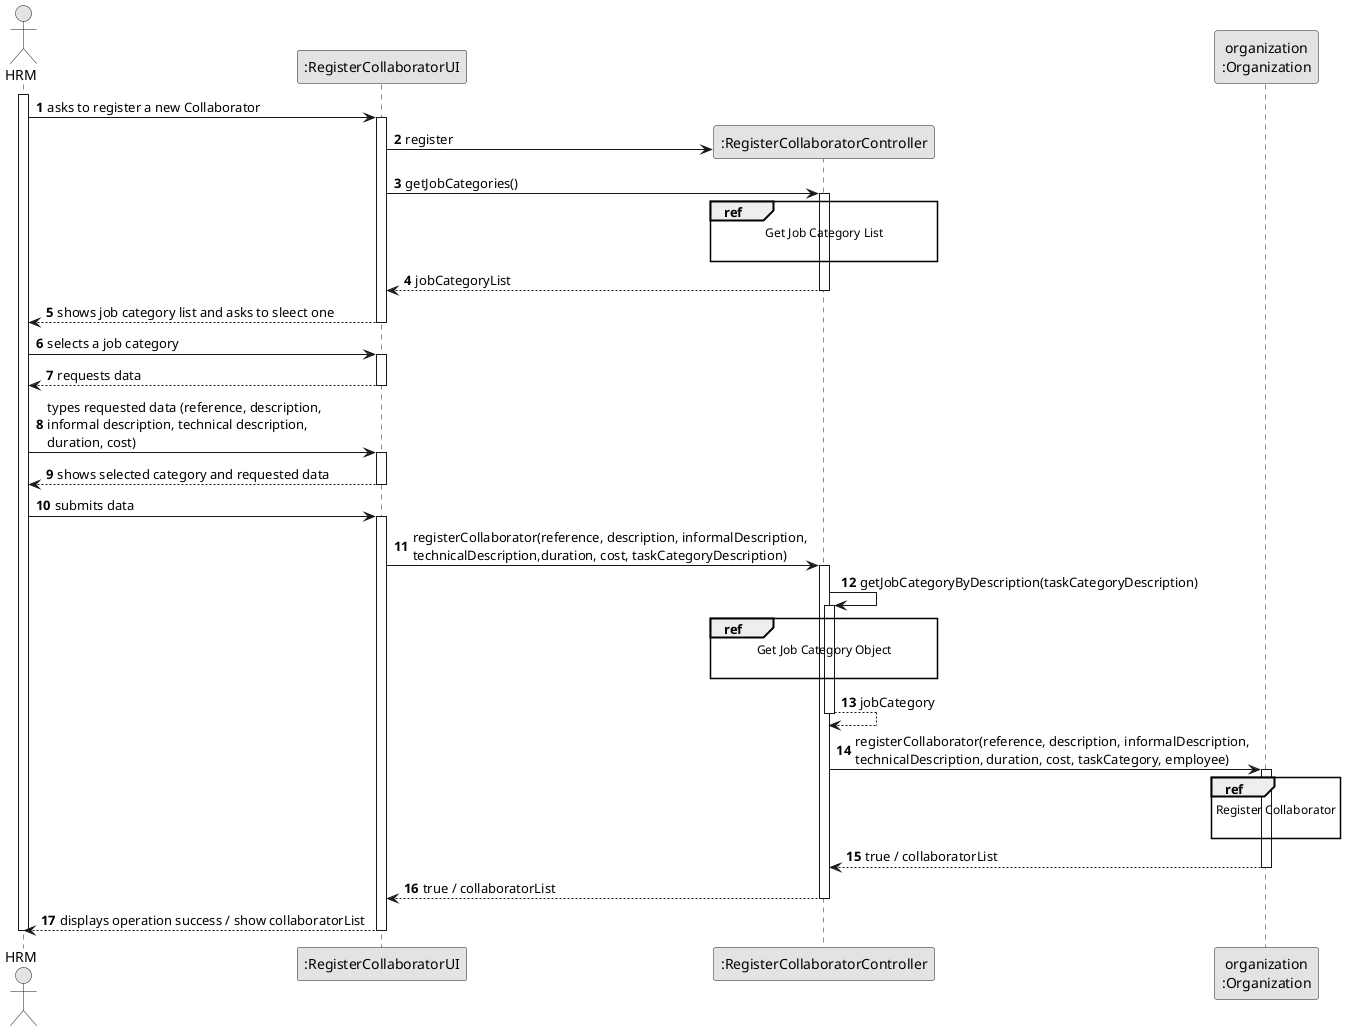
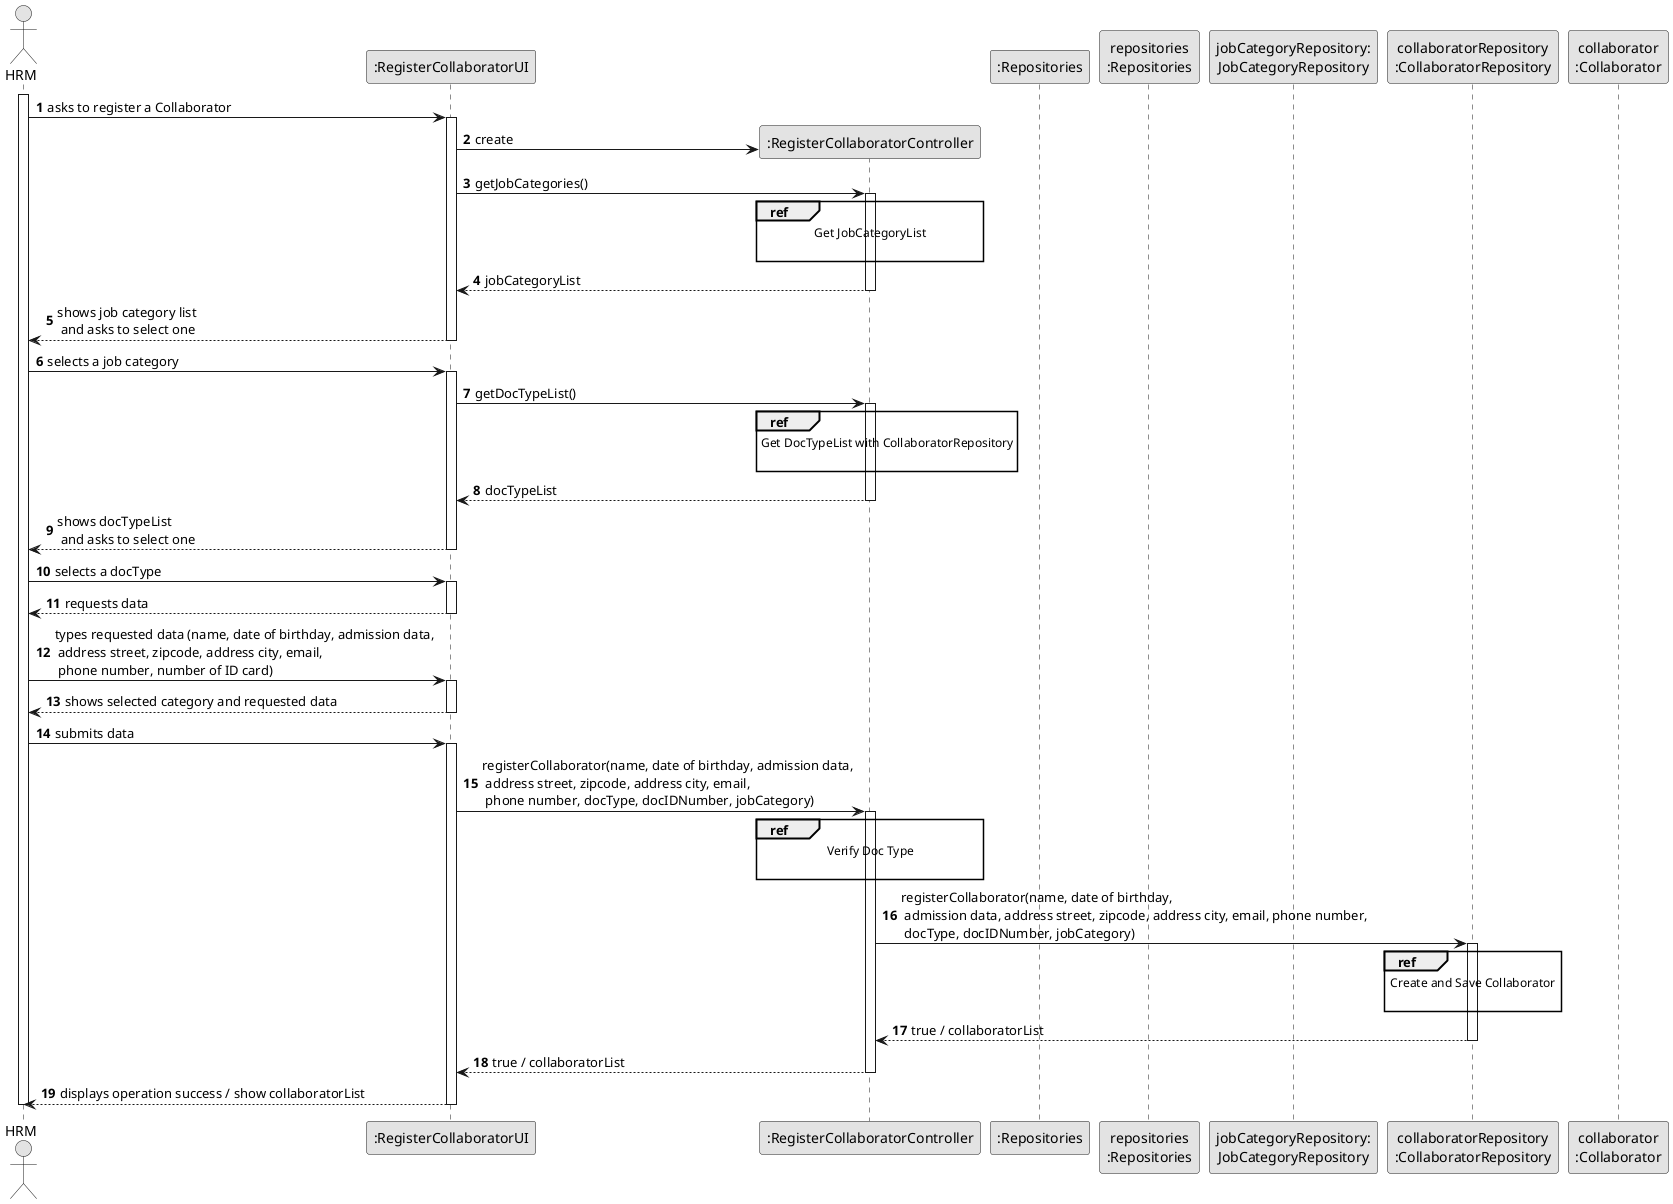
@startuml
skinparam monochrome true
skinparam packageStyle rectangle
skinparam shadowing false

autonumber

- 'hide footbox
- actor "HRM" as ADM
+ actor "HRM" as HRM
participant ":RegisterCollaboratorUI" as UI
participant ":RegisterCollaboratorController" as CTRL
- participant "organization\n:Organization" as ORG
+ participant ":Repositories" as RepositorySingleton
+ participant "repositories\n:Repositories" as PLAT
+ participant "jobCategoryRepository:\nJobCategoryRepository" as JobCategoryRepository
+ participant "collaboratorRepository\n:CollaboratorRepository" as CollaboratorRepository
+ participant "collaborator\n:Collaborator" as Collaborator

- activate ADM
+ activate HRM

-     ADM -> UI : asks to register a new Collaborator
+         HRM -> UI : asks to register a Collaborator

-     activate UI
+         activate UI

-         UI -> CTRL** : register
-         UI -> CTRL : getJobCategories()
-         ref over CTRL
-             Get Job Category List
+ '            UI --> HRM : requests data (reference, description,  informal \n description, technical description, duration, cost)
+             'create CTRL
+             UI -> CTRL** : create

-         end ref
- 
-         activate CTRL
- 
-             CTRL --> UI : jobCategoryList
-         deactivate CTRL
- 
-         UI --> ADM : shows job category list and asks to sleect one
-     deactivate UI
- 
-     ADM -> UI : selects a job category
-     activate UI
- 
-         UI --> ADM : requests data
-     deactivate UI
- 
-     ADM -> UI : types requested data (reference, description,\ninformal description, technical description,\nduration, cost)
-     activate UI
- 
-         UI --> ADM : shows selected category and requested data
-     deactivate UI
- 
-     ADM -> UI : submits data
-     activate UI
- 
-         UI -> CTRL : registerCollaborator(reference, description, informalDescription,\ntechnicalDescription,duration, cost, taskCategoryDescription)
-         activate CTRL
- 
-             CTRL -> CTRL : getJobCategoryByDescription(taskCategoryDescription)
+             UI -> CTRL : getJobCategories()
            activate CTRL

                ref over CTRL
-                     Get Job Category Object
+                             Get JobCategoryList

-                 end ref
+                         end ref

-                 CTRL --> CTRL : jobCategory
+                 CTRL --> UI : jobCategoryList
            deactivate CTRL

+             UI --> HRM : shows job category list\n and asks to select one
+         deactivate UI

-             CTRL -> ORG: registerCollaborator(reference, description, informalDescription,\ntechnicalDescription, duration, cost, taskCategory, employee)
-             activate ORG
- 
-                 ref over ORG
-                     Register Collaborator
- 
-                 end
+     HRM -> UI : selects a job category
+     activate UI


-             ORG --> CTRL : true / collaboratorList

-                        deactivate ORG

-                        CTRL --> UI: true / collaboratorList
-                        deactivate CTRL
-                        UI --> ADM : displays operation success / show collaboratorList
+ 
+ 
+     UI -> CTRL : getDocTypeList()
+                 activate CTRL
+ 
+                   ref over CTRL
+                               Get DocTypeList with CollaboratorRepository
+ 
+                           end ref
+     CTRL --> UI : docTypeList
+     deactivate CTRL
+ 
+ 
+ 
+     UI --> HRM : shows docTypeList\n and asks to select one
    deactivate UI

- deactivate ADM
+     HRM -> UI : selects a docType
+     activate UI
+ 
+ 
+     UI --> HRM : requests data
+     deactivate UI
+ 
+ 
+ 
+ 
+ 
+ 
+ 
+ 
+     HRM -> UI : types requested data (name, date of birthday, admission data,\n address street, zipcode, address city, email,\n phone number, number of ID card)
+     activate UI
+ 
+         UI --> HRM : shows selected category and requested data
+     deactivate UI
+ 
+     HRM -> UI : submits data
+     activate UI
+ 
+         UI -> CTRL : registerCollaborator(name, date of birthday, admission data,\n address street, zipcode, address city, email,\n phone number, docType, docIDNumber, jobCategory)
+         activate CTRL
+ 
+ 
+                             ref over CTRL
+                                         Verify Doc Type
+ 
+                                     end ref
+ 
+ 
+ 
+             CTRL -> CollaboratorRepository: registerCollaborator(name, date of birthday,\n admission data, address street, zipcode, address city, email, phone number,\n docType, docIDNumber, jobCategory)
+             activate CollaboratorRepository
+ 
+                 ref over CollaboratorRepository
+                             Create and Save Collaborator
+ 
+                         end ref
+ 
+                 CollaboratorRepository --> CTRL : true / collaboratorList
+ 
+             deactivate CollaboratorRepository
+ 
+             CTRL --> UI: true / collaboratorList
+             deactivate CTRL
+             UI --> HRM : displays operation success / show collaboratorList
+     deactivate UI
+ 
+ deactivate HRM

@enduml